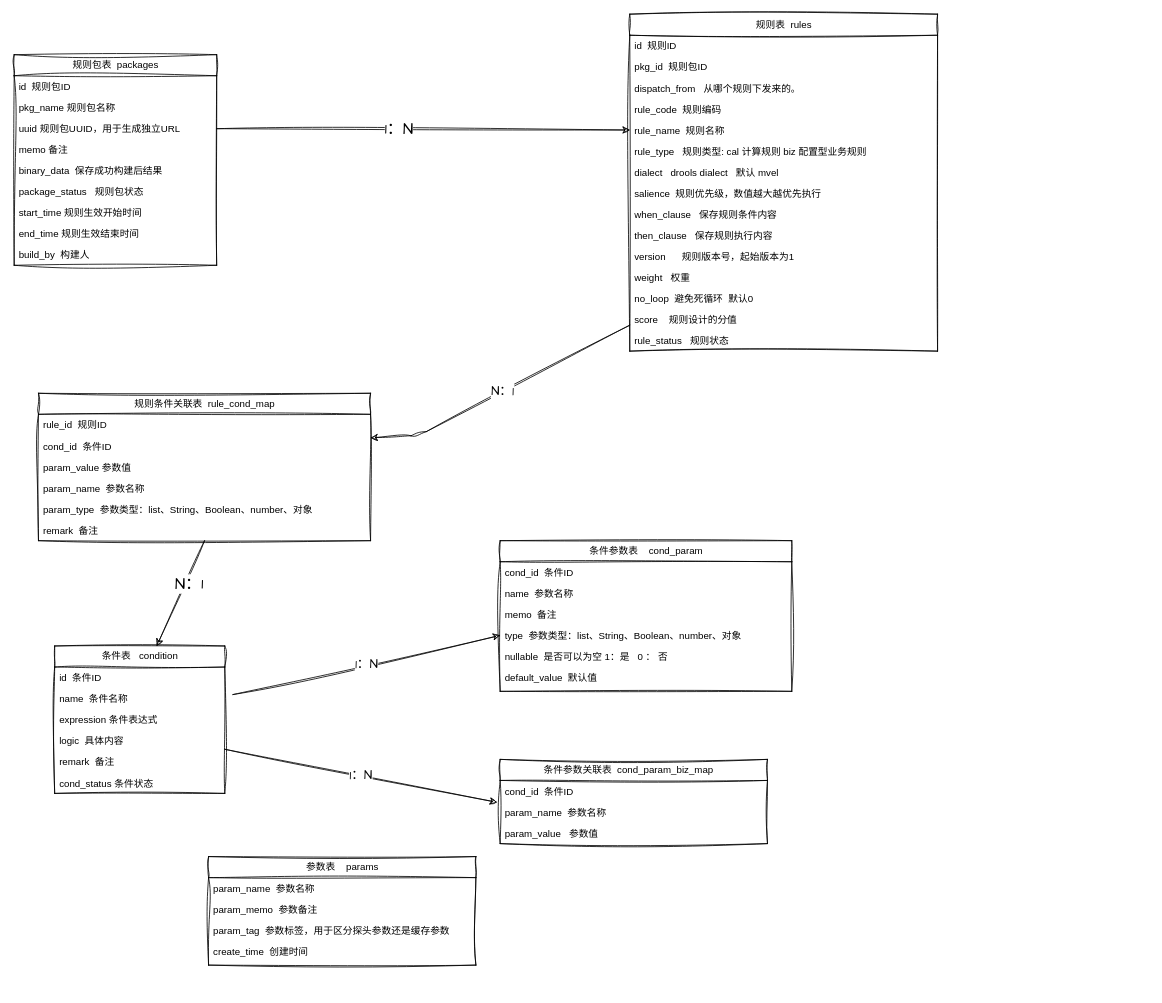
Before: drawio/rule_engine/model_engine .drawio in wllpeter/picture, a draw.io diagram. Source tidied: cells renumbered, new cells numbered last; positions are measured from the earlier drawing's top-left corner, leaving out a move shared by most shapes. Both pictures are drawn from the tidied source at 81%, with x=0, y=0 at pixel (14, 14).
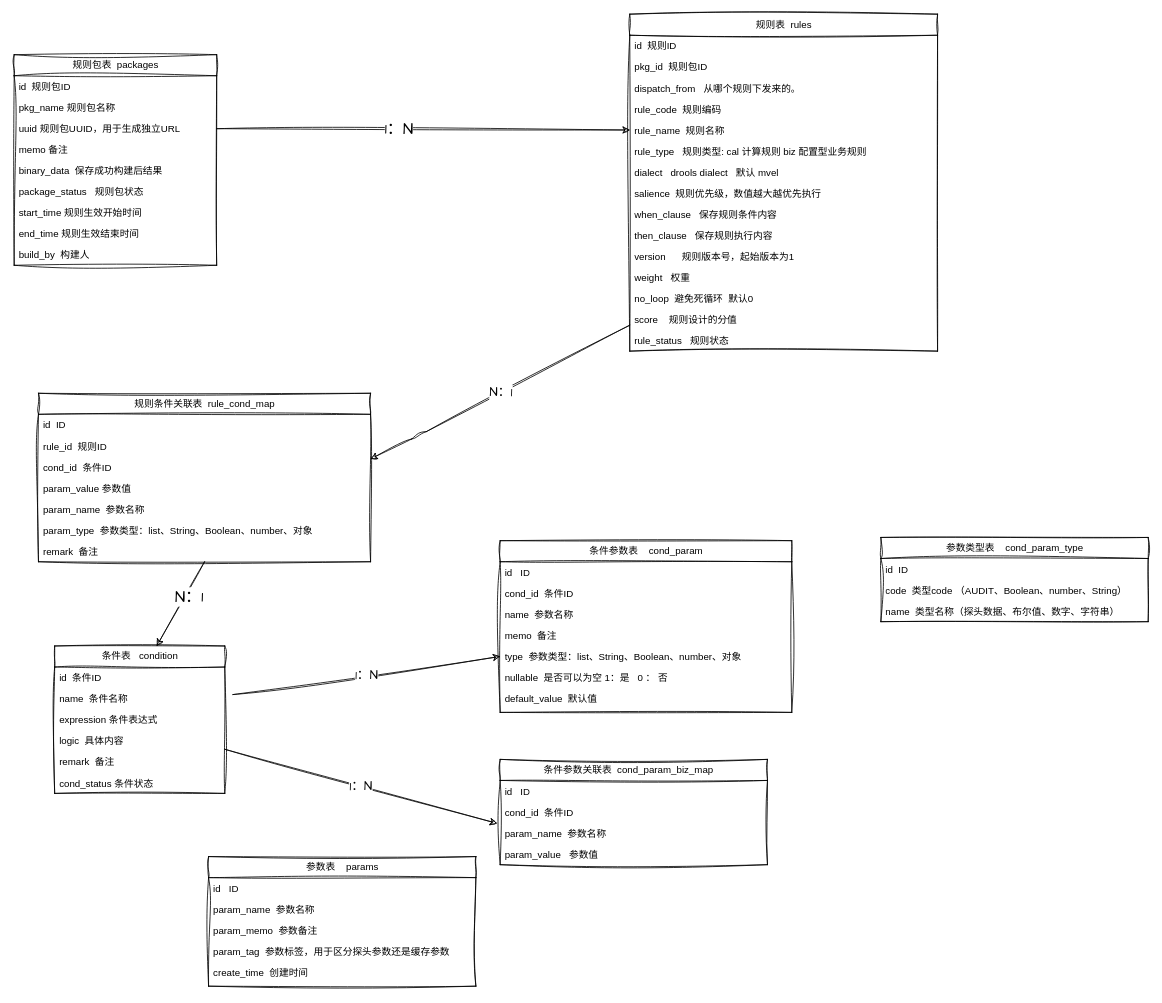
Above is the later version.

Commit message (it also covers changes not shown here):
更新表结构

Diff of the diagram source:
```diff
@@
     <mxCell id="35" value="条件参数表&amp;nbsp; &amp;nbsp; cond_param" style="swimlane;fontStyle=0;horizontal=1;startSize=26;fillColor=none;html=1;sketch=1;curveFitting=1;jiggle=2;" parent="1" vertex="1">
-      <mxGeometry x="600" y="650" width="360" height="186" as="geometry" />
+      <mxGeometry x="600" y="650" width="360" height="212" as="geometry" />
     </mxCell>
-    <mxCell id="36" value="cond_id&amp;nbsp; 条件ID" style="text;strokeColor=none;fillColor=none;align=left;verticalAlign=top;spacingLeft=4;spacingRight=4;overflow=hidden;whiteSpace=wrap;html=1;sketch=1;curveFitting=1;jiggle=2;" parent="35" vertex="1">
+    <mxCell id="36" value="id&amp;nbsp; &amp;nbsp;ID" style="text;strokeColor=none;fillColor=none;align=left;verticalAlign=top;spacingLeft=4;spacingRight=4;overflow=hidden;whiteSpace=wrap;html=1;sketch=1;curveFitting=1;jiggle=2;" parent="35" vertex="1">
       <mxGeometry y="26" width="360" height="26" as="geometry" />
     </mxCell>
+    <mxCell id="65" value="cond_id&amp;nbsp; 条件ID" style="text;strokeColor=none;fillColor=none;align=left;verticalAlign=top;spacingLeft=4;spacingRight=4;overflow=hidden;whiteSpace=wrap;html=1;sketch=1;curveFitting=1;jiggle=2;" parent="35" vertex="1">
+      <mxGeometry y="52" width="360" height="26" as="geometry" />
+    </mxCell>
     <mxCell id="37" value="name&amp;nbsp; 参数名称" style="text;strokeColor=none;fillColor=none;align=left;verticalAlign=top;spacingLeft=4;spacingRight=4;overflow=hidden;whiteSpace=wrap;html=1;sketch=1;curveFitting=1;jiggle=2;" parent="35" vertex="1">
-      <mxGeometry y="52" width="360" height="26" as="geometry" />
+      <mxGeometry y="78" width="360" height="26" as="geometry" />
     </mxCell>
     <mxCell id="38" value="memo&amp;nbsp; 备注" style="text;strokeColor=none;fillColor=none;align=left;verticalAlign=top;spacingLeft=4;spacingRight=4;overflow=hidden;whiteSpace=wrap;html=1;sketch=1;curveFitting=1;jiggle=2;" parent="35" vertex="1">
-      <mxGeometry y="78" width="360" height="26" as="geometry" />
+      <mxGeometry y="104" width="360" height="26" as="geometry" />
     </mxCell>
     <mxCell id="39" value="type&amp;nbsp; 参数类型：list、String、Boolean、number、对象" style="text;strokeColor=none;fillColor=none;align=left;verticalAlign=top;spacingLeft=4;spacingRight=4;overflow=hidden;points=[[0,0.5],[1,0.5]];portConstraint=eastwest;whiteSpace=wrap;html=1;sketch=1;curveFitting=1;jiggle=2;" parent="35" vertex="1">
-      <mxGeometry y="104" width="360" height="26" as="geometry" />
+      <mxGeometry y="130" width="360" height="26" as="geometry" />
     </mxCell>
     <mxCell id="40" value="nullable&amp;nbsp; 是否可以为空 1：是&amp;nbsp; &amp;nbsp;0 ： 否" style="text;strokeColor=none;fillColor=none;align=left;verticalAlign=top;spacingLeft=4;spacingRight=4;overflow=hidden;whiteSpace=wrap;html=1;sketch=1;curveFitting=1;jiggle=2;" parent="35" vertex="1">
-      <mxGeometry y="130" width="360" height="26" as="geometry" />
+      <mxGeometry y="156" width="360" height="26" as="geometry" />
     </mxCell>
     <mxCell id="41" value="default_value&amp;nbsp; 默认值" style="text;strokeColor=none;fillColor=none;align=left;verticalAlign=top;spacingLeft=4;spacingRight=4;overflow=hidden;whiteSpace=wrap;html=1;sketch=1;curveFitting=1;jiggle=2;" parent="35" vertex="1">
-      <mxGeometry y="156" width="360" height="30" as="geometry" />
+      <mxGeometry y="182" width="360" height="30" as="geometry" />
     </mxCell>
@@
     <mxCell id="44" value="规则条件关联表&amp;nbsp;&amp;nbsp;rule_cond_map" style="swimlane;fontStyle=0;horizontal=1;startSize=26;fillColor=none;html=1;sketch=1;curveFitting=1;jiggle=2;" parent="1" vertex="1">
-      <mxGeometry x="30" y="468" width="410" height="182" as="geometry" />
+      <mxGeometry x="30" y="468" width="410" height="208" as="geometry" />
     </mxCell>
+    <mxCell id="66" value="id&amp;nbsp; ID" style="text;strokeColor=none;fillColor=none;align=left;verticalAlign=top;spacingLeft=4;spacingRight=4;overflow=hidden;whiteSpace=wrap;html=1;sketch=1;curveFitting=1;jiggle=2;" parent="44" vertex="1">
+      <mxGeometry y="26" width="410" height="26" as="geometry" />
+    </mxCell>
     <mxCell id="45" value="rule_id&amp;nbsp; 规则ID" style="text;strokeColor=none;fillColor=none;align=left;verticalAlign=top;spacingLeft=4;spacingRight=4;overflow=hidden;whiteSpace=wrap;html=1;sketch=1;curveFitting=1;jiggle=2;" parent="44" vertex="1">
-      <mxGeometry y="26" width="410" height="26" as="geometry" />
+      <mxGeometry y="52" width="410" height="26" as="geometry" />
     </mxCell>
     <mxCell id="46" value="cond_id&amp;nbsp; 条件ID" style="text;strokeColor=none;fillColor=none;align=left;verticalAlign=top;spacingLeft=4;spacingRight=4;overflow=hidden;points=[[0,0.5],[1,0.5]];portConstraint=eastwest;whiteSpace=wrap;html=1;sketch=1;curveFitting=1;jiggle=2;" parent="44" vertex="1">
-      <mxGeometry y="52" width="410" height="26" as="geometry" />
+      <mxGeometry y="78" width="410" height="26" as="geometry" />
     </mxCell>
     <mxCell id="47" value="param_value 参数值" style="text;strokeColor=none;fillColor=none;align=left;verticalAlign=top;spacingLeft=4;spacingRight=4;overflow=hidden;whiteSpace=wrap;html=1;sketch=1;curveFitting=1;jiggle=2;" parent="44" vertex="1">
-      <mxGeometry y="78" width="410" height="26" as="geometry" />
+      <mxGeometry y="104" width="410" height="26" as="geometry" />
     </mxCell>
     <mxCell id="48" value="param_name&amp;nbsp; 参数名称" style="text;strokeColor=none;fillColor=none;align=left;verticalAlign=top;spacingLeft=4;spacingRight=4;overflow=hidden;whiteSpace=wrap;html=1;sketch=1;curveFitting=1;jiggle=2;" parent="44" vertex="1">
-      <mxGeometry y="104" width="410" height="26" as="geometry" />
+      <mxGeometry y="130" width="410" height="26" as="geometry" />
     </mxCell>
     <mxCell id="49" value="param_type&amp;nbsp; 参数类型：list、String、Boolean、number、对象" style="text;strokeColor=none;fillColor=none;align=left;verticalAlign=top;spacingLeft=4;spacingRight=4;overflow=hidden;whiteSpace=wrap;html=1;sketch=1;curveFitting=1;jiggle=2;" parent="44" vertex="1">
-      <mxGeometry y="130" width="410" height="26" as="geometry" />
+      <mxGeometry y="156" width="410" height="26" as="geometry" />
     </mxCell>
     <mxCell id="50" value="remark&amp;nbsp; 备注" style="text;strokeColor=none;fillColor=none;align=left;verticalAlign=top;spacingLeft=4;spacingRight=4;overflow=hidden;whiteSpace=wrap;html=1;sketch=1;curveFitting=1;jiggle=2;" parent="44" vertex="1">
-      <mxGeometry y="156" width="410" height="26" as="geometry" />
+      <mxGeometry y="182" width="410" height="26" as="geometry" />
     </mxCell>
@@
     <mxCell id="55" value="参数表&amp;nbsp; &amp;nbsp; params" style="swimlane;fontStyle=0;horizontal=1;startSize=26;fillColor=none;html=1;sketch=1;curveFitting=1;jiggle=2;" parent="1" vertex="1">
-      <mxGeometry x="240" y="1040" width="330" height="134" as="geometry" />
+      <mxGeometry x="240" y="1040" width="330" height="160" as="geometry" />
     </mxCell>
+    <mxCell id="67" value="id&amp;nbsp; &amp;nbsp;ID" style="text;strokeColor=none;fillColor=none;align=left;verticalAlign=top;spacingLeft=4;spacingRight=4;overflow=hidden;whiteSpace=wrap;html=1;sketch=1;curveFitting=1;jiggle=2;" parent="55" vertex="1">
+      <mxGeometry y="26" width="330" height="26" as="geometry" />
+    </mxCell>
     <mxCell id="56" value="param_name&amp;nbsp; 参数名称" style="text;strokeColor=none;fillColor=none;align=left;verticalAlign=top;spacingLeft=4;spacingRight=4;overflow=hidden;whiteSpace=wrap;html=1;sketch=1;curveFitting=1;jiggle=2;" parent="55" vertex="1">
-      <mxGeometry y="26" width="330" height="26" as="geometry" />
+      <mxGeometry y="52" width="330" height="26" as="geometry" />
     </mxCell>
     <mxCell id="57" value="param_memo&amp;nbsp; 参数备注" style="text;strokeColor=none;fillColor=none;align=left;verticalAlign=top;spacingLeft=4;spacingRight=4;overflow=hidden;whiteSpace=wrap;html=1;sketch=1;curveFitting=1;jiggle=2;" parent="55" vertex="1">
-      <mxGeometry y="52" width="330" height="26" as="geometry" />
+      <mxGeometry y="78" width="330" height="26" as="geometry" />
     </mxCell>
     <mxCell id="58" value="param_tag&amp;nbsp;&amp;nbsp;参数标签，用于区分探头参数还是缓存参数" style="text;strokeColor=none;fillColor=none;align=left;verticalAlign=top;spacingLeft=4;spacingRight=4;overflow=hidden;whiteSpace=wrap;html=1;sketch=1;curveFitting=1;jiggle=2;" parent="55" vertex="1">
-      <mxGeometry y="78" width="330" height="26" as="geometry" />
+      <mxGeometry y="104" width="330" height="26" as="geometry" />
     </mxCell>
     <mxCell id="59" value="create_time&amp;nbsp; 创建时间" style="text;strokeColor=none;fillColor=none;align=left;verticalAlign=top;spacingLeft=4;spacingRight=4;overflow=hidden;whiteSpace=wrap;html=1;sketch=1;curveFitting=1;jiggle=2;" parent="55" vertex="1">
-      <mxGeometry y="104" width="330" height="30" as="geometry" />
+      <mxGeometry y="130" width="330" height="30" as="geometry" />
     </mxCell>
     <mxCell id="60" value="条件参数关联表&amp;nbsp; cond_param_biz_map&amp;nbsp; &amp;nbsp;&amp;nbsp;" style="swimlane;fontStyle=0;horizontal=1;startSize=26;fillColor=none;html=1;sketch=1;curveFitting=1;jiggle=2;" parent="1" vertex="1">
-      <mxGeometry x="600" y="920" width="330" height="104" as="geometry" />
+      <mxGeometry x="600" y="920" width="330" height="130" as="geometry" />
     </mxCell>
+    <mxCell id="68" value="id&amp;nbsp; &amp;nbsp;ID" style="text;strokeColor=none;fillColor=none;align=left;verticalAlign=top;spacingLeft=4;spacingRight=4;overflow=hidden;whiteSpace=wrap;html=1;sketch=1;curveFitting=1;jiggle=2;" parent="60" vertex="1">
+      <mxGeometry y="26" width="330" height="26" as="geometry" />
+    </mxCell>
     <mxCell id="61" value="cond_id&amp;nbsp; 条件ID" style="text;strokeColor=none;fillColor=none;align=left;verticalAlign=top;spacingLeft=4;spacingRight=4;overflow=hidden;points=[[0,0.5],[1,0.5]];portConstraint=eastwest;whiteSpace=wrap;html=1;sketch=1;curveFitting=1;jiggle=2;" parent="60" vertex="1">
-      <mxGeometry y="26" width="330" height="26" as="geometry" />
+      <mxGeometry y="52" width="330" height="26" as="geometry" />
     </mxCell>
     <mxCell id="62" value="param_name&amp;nbsp; 参数名称" style="text;strokeColor=none;fillColor=none;align=left;verticalAlign=top;spacingLeft=4;spacingRight=4;overflow=hidden;whiteSpace=wrap;html=1;sketch=1;curveFitting=1;jiggle=2;" parent="60" vertex="1">
-      <mxGeometry y="52" width="330" height="26" as="geometry" />
+      <mxGeometry y="78" width="330" height="26" as="geometry" />
     </mxCell>
     <mxCell id="63" value="param_value&amp;nbsp; &amp;nbsp;参数值" style="text;strokeColor=none;fillColor=none;align=left;verticalAlign=top;spacingLeft=4;spacingRight=4;overflow=hidden;whiteSpace=wrap;html=1;sketch=1;curveFitting=1;jiggle=2;" parent="60" vertex="1">
-      <mxGeometry y="78" width="330" height="26" as="geometry" />
+      <mxGeometry y="104" width="330" height="26" as="geometry" />
     </mxCell>
@@
+    <mxCell id="69" value="参数类型表&amp;nbsp; &amp;nbsp;&amp;nbsp;cond_param_type" style="swimlane;fontStyle=0;horizontal=1;startSize=26;fillColor=none;html=1;sketch=1;curveFitting=1;jiggle=2;" parent="1" vertex="1">
+      <mxGeometry x="1070" y="646" width="330" height="104" as="geometry" />
+    </mxCell>
+    <mxCell id="70" value="id&amp;nbsp; ID" style="text;strokeColor=none;fillColor=none;align=left;verticalAlign=top;spacingLeft=4;spacingRight=4;overflow=hidden;whiteSpace=wrap;html=1;sketch=1;curveFitting=1;jiggle=2;" parent="69" vertex="1">
+      <mxGeometry y="26" width="330" height="26" as="geometry" />
+    </mxCell>
+    <mxCell id="71" value="code&amp;nbsp; 类型code （AUDIT、Boolean、number、String）" style="text;strokeColor=none;fillColor=none;align=left;verticalAlign=top;spacingLeft=4;spacingRight=4;overflow=hidden;whiteSpace=wrap;html=1;sketch=1;curveFitting=1;jiggle=2;" parent="69" vertex="1">
+      <mxGeometry y="52" width="330" height="26" as="geometry" />
+    </mxCell>
+    <mxCell id="72" value="name&amp;nbsp; 类型名称（探头数据、布尔值、数字、字符串）" style="text;strokeColor=none;fillColor=none;align=left;verticalAlign=top;spacingLeft=4;spacingRight=4;overflow=hidden;whiteSpace=wrap;html=1;sketch=1;curveFitting=1;jiggle=2;" parent="69" vertex="1">
+      <mxGeometry y="78" width="330" height="26" as="geometry" />
+    </mxCell>
```
